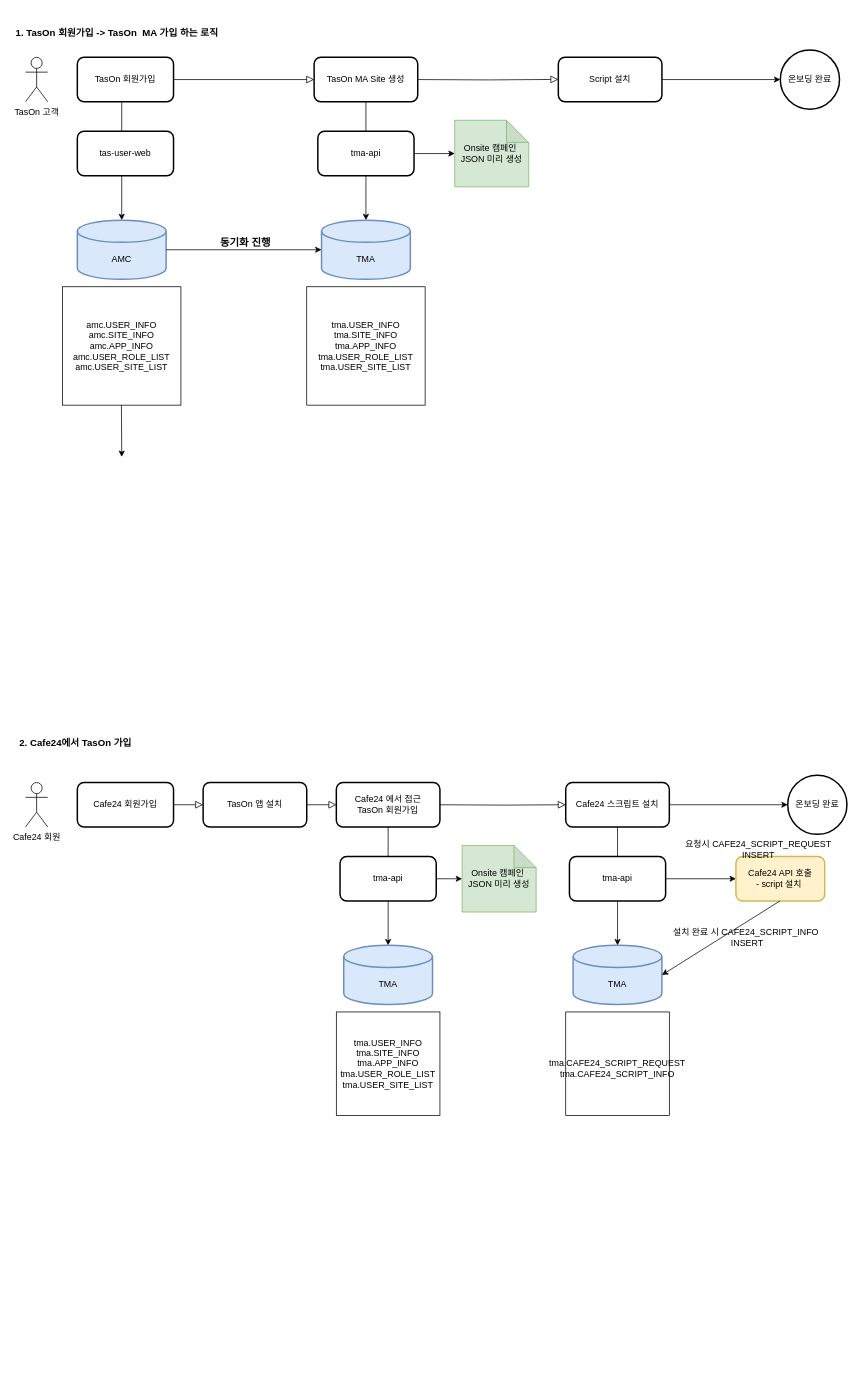
jaero0725/draw_io keeps this draw.io diagram as Tason회원가입.drawio. Above is the earlier version. Source tidied: cells renumbered, new cells numbered last; positions are measured from the earlier drawing's top-left corner, leaving out a move shared by most shapes. Both pictures are drawn from the tidied source at 74%, with x=0, y=0 at pixel (14, 20).
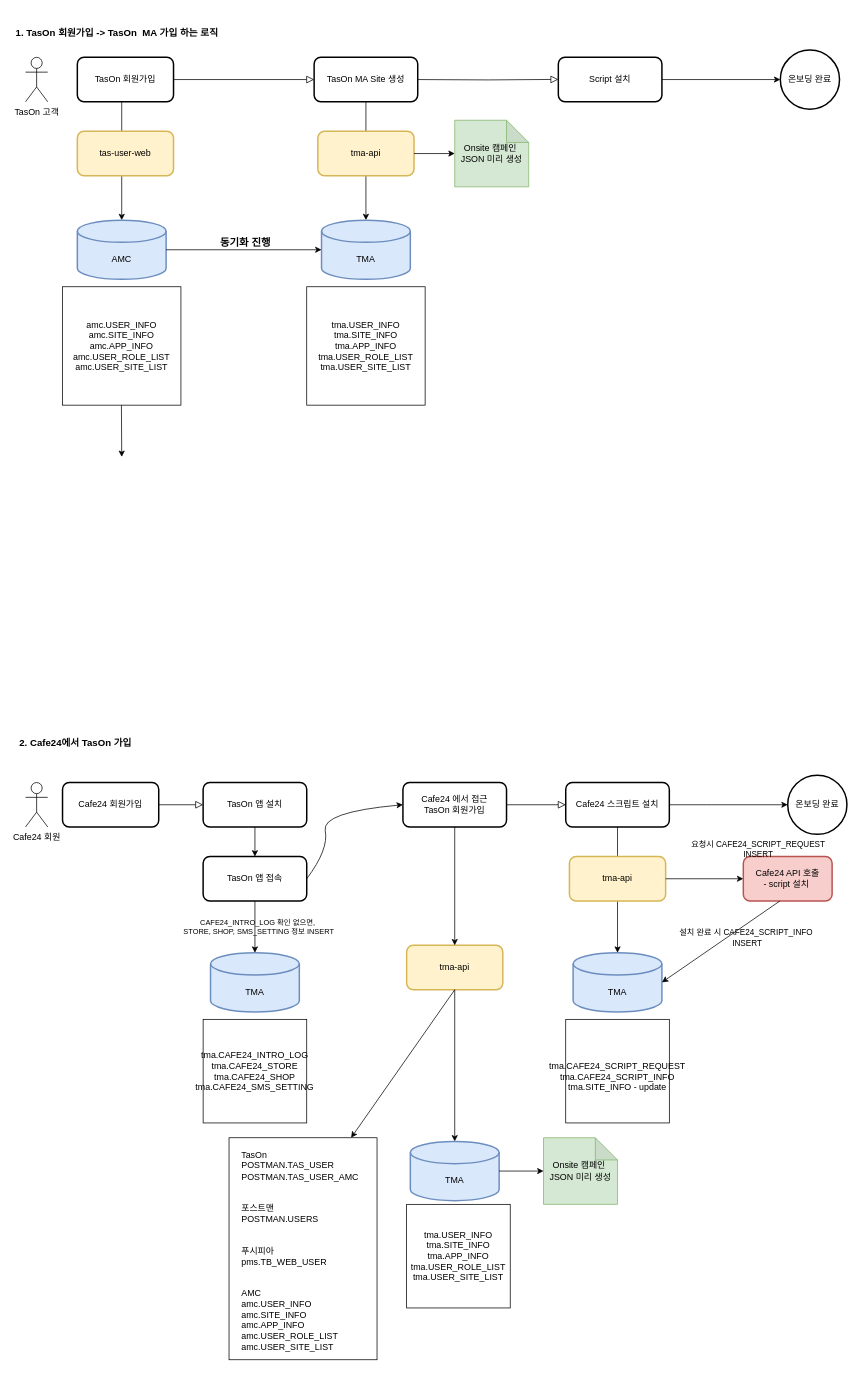
Above is the later version.

Commit message (it also covers changes not shown here):
Tason회원가입.drawio 업데이트

The change refers to these unchanged cells:
```xml
<mxCell id="24" value="TasOn 앱 설치" style="rounded=1;whiteSpace=wrap;html=1;fontSize=12;glass=0;strokeWidth=2;shadow=0;labelBackgroundColor=none;" parent="1" vertex="1">
  <mxGeometry x="255" y="1030" width="140" height="60" as="geometry" />
</mxCell>
<mxCell id="35" value="Cafe24 스크립트 설치" style="rounded=1;whiteSpace=wrap;html=1;fontSize=12;glass=0;strokeWidth=2;shadow=0;labelBackgroundColor=none;" parent="1" vertex="1">
  <mxGeometry x="745" y="1030" width="140" height="60" as="geometry" />
</mxCell>
```

The edit, as a diff of the source:
```diff
@@
+    <mxCell id="50" style="rounded=0;whiteSpace=wrap;html=1;" parent="1" vertex="1">
+      <mxGeometry x="290" y="1510" width="200" height="300" as="geometry" />
+    </mxCell>
@@
-    <mxCell id="10" value="tma-api" style="rounded=1;whiteSpace=wrap;html=1;strokeWidth=2;labelBackgroundColor=none;" parent="1" vertex="1">
+    <mxCell id="10" value="tma-api" style="rounded=1;whiteSpace=wrap;html=1;strokeWidth=2;labelBackgroundColor=none;fillColor=#fff2cc;strokeColor=#d6b656;" parent="1" vertex="1">
       <mxGeometry x="410" y="150" width="130" height="60" as="geometry" />
     </mxCell>
@@
-    <mxCell id="19" value="tas-user-web" style="rounded=1;whiteSpace=wrap;html=1;strokeWidth=2;labelBackgroundColor=none;" parent="1" vertex="1">
+    <mxCell id="19" value="tas-user-web" style="rounded=1;whiteSpace=wrap;html=1;strokeWidth=2;labelBackgroundColor=none;fillColor=#fff2cc;strokeColor=#d6b656;" parent="1" vertex="1">
       <mxGeometry x="85" y="150" width="130" height="60" as="geometry" />
     </mxCell>
@@
     <mxCell id="23" value="Cafe24 회원가입" style="rounded=1;whiteSpace=wrap;html=1;fontSize=12;glass=0;strokeWidth=2;shadow=0;labelBackgroundColor=none;" parent="1" vertex="1">
-      <mxGeometry x="85" y="1030" width="130" height="60" as="geometry" />
+      <mxGeometry x="65" y="1030" width="130" height="60" as="geometry" />
     </mxCell>
+    <mxCell id="51" style="edgeStyle=orthogonalEdgeStyle;rounded=0;jettySize=auto;html=1;" parent="1" edge="1" source="24" target="55">
+      <mxGeometry relative="1" as="geometry" />
+    </mxCell>
@@
-    <mxCell id="25" style="rounded=0;html=1;jettySize=auto;fontSize=11;endArrow=block;endFill=0;endSize=8;strokeWidth=1;shadow=0;labelBackgroundColor=none;edgeStyle=orthogonalEdgeStyle;fontColor=default;entryX=0;entryY=0.5;entryDx=0;entryDy=0;exitX=1;exitY=0.5;exitDx=0;exitDy=0;" parent="1" edge="1" source="24" target="26">
-      <mxGeometry relative="1" as="geometry" />
-    </mxCell>
-    <mxCell id="26" value="Cafe24 에서 접근 &lt;br&gt;TasOn 회원가입" style="rounded=1;whiteSpace=wrap;html=1;fontSize=12;glass=0;strokeWidth=2;shadow=0;labelBackgroundColor=none;" parent="1" vertex="1">
-      <mxGeometry x="435" y="1030" width="140" height="60" as="geometry" />
-    </mxCell>
-    <mxCell id="27" style="endArrow=classic;html=1;rounded=0;labelBackgroundColor=none;fontColor=default;" parent="1" edge="1" target="28">
-      <mxGeometry relative="1" as="geometry">
-        <mxPoint x="505" y="1090" as="sourcePoint" />
-      </mxGeometry>
-    </mxCell>
-    <mxCell id="28" value="TMA" style="shape=cylinder3;whiteSpace=wrap;html=1;boundedLbl=1;backgroundOutline=1;size=15;strokeWidth=2;labelBackgroundColor=none;fillColor=#dae8fc;strokeColor=#6c8ebf;" parent="1" vertex="1">
-      <mxGeometry x="445" y="1250" width="120" height="80" as="geometry" />
-    </mxCell>
-    <mxCell id="29" value="tma-api" style="rounded=1;whiteSpace=wrap;html=1;strokeWidth=2;labelBackgroundColor=none;" parent="1" vertex="1">
-      <mxGeometry x="440" y="1130" width="130" height="60" as="geometry" />
-    </mxCell>
     <mxCell id="30" value="tma.USER_INFO&#10;tma.SITE_INFO&#10;tma.APP_INFO&#10;tma.USER_ROLE_LIST&#10;tma.USER_SITE_LIST" style="whiteSpace=wrap;html=1;labelBackgroundColor=none;" parent="1" vertex="1">
-      <mxGeometry x="435" y="1340" width="140" height="140" as="geometry" />
+      <mxGeometry x="530" y="1600" width="140" height="140" as="geometry" />
     </mxCell>
-    <mxCell id="31" style="endArrow=classic;html=1;rounded=0;entryX=0;entryY=0.5;entryDx=0;entryDy=0;entryPerimeter=0;exitX=1;exitY=0.5;exitDx=0;exitDy=0;labelBackgroundColor=none;fontColor=default;" parent="1" edge="1" source="29" target="32">
-      <mxGeometry relative="1" as="geometry" />
-    </mxCell>
     <mxCell id="32" value="Onsite 캠페인&amp;nbsp;&lt;br&gt;JSON 미리 생성" style="shape=note;whiteSpace=wrap;html=1;backgroundOutline=1;darkOpacity=0.05;labelBackgroundColor=none;fillColor=#d5e8d4;strokeColor=#82b366;" parent="1" vertex="1">
-      <mxGeometry x="605" y="1115" width="100" height="90" as="geometry" />
+      <mxGeometry x="715" y="1510" width="100" height="90" as="geometry" />
     </mxCell>
-    <mxCell id="33" style="rounded=0;html=1;jettySize=auto;fontSize=11;endArrow=block;endFill=0;endSize=8;strokeWidth=1;shadow=0;labelBackgroundColor=none;edgeStyle=orthogonalEdgeStyle;fontColor=default;entryX=0;entryY=0.5;entryDx=0;entryDy=0;" parent="1" edge="1" target="35">
-      <mxGeometry relative="1" as="geometry">
-        <mxPoint x="575" y="1060" as="sourcePoint" />
-      </mxGeometry>
+    <mxCell id="33" style="rounded=0;html=1;jettySize=auto;fontSize=11;endArrow=block;endFill=0;endSize=8;strokeWidth=1;shadow=0;labelBackgroundColor=none;edgeStyle=orthogonalEdgeStyle;fontColor=default;entryX=0;entryY=0.5;entryDx=0;entryDy=0;" parent="1" edge="1" source="26" target="35">
+      <mxGeometry relative="1" as="geometry" />
     </mxCell>
@@
     <mxCell id="39" value="TMA" style="shape=cylinder3;whiteSpace=wrap;html=1;boundedLbl=1;backgroundOutline=1;size=15;strokeWidth=2;labelBackgroundColor=none;fillColor=#dae8fc;strokeColor=#6c8ebf;" parent="1" vertex="1">
-      <mxGeometry x="755" y="1250" width="120" height="80" as="geometry" />
+      <mxGeometry x="755" y="1260" width="120" height="80" as="geometry" />
     </mxCell>
-    <mxCell id="40" value="tma-api" style="rounded=1;whiteSpace=wrap;html=1;strokeWidth=2;labelBackgroundColor=none;" parent="1" vertex="1">
+    <mxCell id="40" value="tma-api" style="rounded=1;whiteSpace=wrap;html=1;strokeWidth=2;labelBackgroundColor=none;fillColor=#fff2cc;strokeColor=#d6b656;" parent="1" vertex="1">
       <mxGeometry x="750" y="1130" width="130" height="60" as="geometry" />
     </mxCell>
@@
-    <mxCell id="42" value="Cafe24 API 호출&lt;br&gt;- script 설치&amp;nbsp;" style="rounded=1;whiteSpace=wrap;html=1;strokeWidth=2;fillColor=#fff2cc;strokeColor=#d6b656;" parent="1" vertex="1">
-      <mxGeometry x="975" y="1130" width="120" height="60" as="geometry" />
+    <mxCell id="42" value="Cafe24 API 호출&lt;br&gt;- script 설치&amp;nbsp;" style="rounded=1;whiteSpace=wrap;html=1;strokeWidth=2;fillColor=#f8cecc;strokeColor=#b85450;" parent="1" vertex="1">
+      <mxGeometry x="985" y="1130" width="120" height="60" as="geometry" />
     </mxCell>
-    <mxCell id="43" style="endArrow=classic;html=1;rounded=0;labelBackgroundColor=none;fontColor=default;entryX=0.5;entryY=0;entryDx=0;entryDy=0;entryPerimeter=0;" parent="1" edge="1">
+    <mxCell id="43" style="endArrow=classic;html=1;rounded=0;labelBackgroundColor=none;fontColor=default;entryX=1;entryY=0.5;entryDx=0;entryDy=0;entryPerimeter=0;" parent="1" edge="1" target="39">
       <mxGeometry relative="1" as="geometry">
         <mxPoint x="1034.5" y="1190" as="sourcePoint" />
-        <mxPoint x="875" y="1290" as="targetPoint" />
       </mxGeometry>
     </mxCell>
-    <mxCell id="44" value="&lt;br&gt;&lt;div style=&quot;border-color: var(--border-color); text-align: left;&quot;&gt;tma.CAFE24_SCRIPT_REQUEST&lt;/div&gt;&lt;span style=&quot;border-color: var(--border-color);&quot;&gt;tma.CAFE24_SCRIPT_INFO&lt;/span&gt;" style="whiteSpace=wrap;html=1;labelBackgroundColor=none;" parent="1" vertex="1">
-      <mxGeometry x="745" y="1340" width="140" height="140" as="geometry" />
+    <mxCell id="44" value="&lt;br&gt;&lt;div style=&quot;border-color: var(--border-color); text-align: left;&quot;&gt;tma.CAFE24_SCRIPT_REQUEST&lt;/div&gt;&lt;span style=&quot;border-color: var(--border-color);&quot;&gt;tma.CAFE24_SCRIPT_INFO&lt;br&gt;tma.SITE_INFO - update&lt;br&gt;&lt;/span&gt;" style="whiteSpace=wrap;html=1;labelBackgroundColor=none;" parent="1" vertex="1">
+      <mxGeometry x="745" y="1350" width="140" height="140" as="geometry" />
     </mxCell>
-    <mxCell id="45" value="요청시 CAFE24_SCRIPT_REQUEST&lt;br&gt;INSERT" style="text;html=1;align=center;verticalAlign=middle;strokeColor=none;fillColor=none;" parent="1" vertex="1">
-      <mxGeometry x="895" y="1100" width="220" height="40" as="geometry" />
+    <mxCell id="45" value="요청시 CAFE24_SCRIPT_REQUEST&lt;br style=&quot;font-size: 11px;&quot;&gt;INSERT" style="text;html=1;align=center;verticalAlign=middle;strokeColor=none;fillColor=none;fontSize=11;" parent="1" vertex="1">
+      <mxGeometry x="900" y="1100" width="210" height="40" as="geometry" />
     </mxCell>
-    <mxCell id="46" value="설치 완료 시 CAFE24_SCRIPT_INFO&amp;nbsp;&lt;br&gt;INSERT" style="text;html=1;align=center;verticalAlign=middle;strokeColor=none;fillColor=none;" parent="1" vertex="1">
-      <mxGeometry x="875" y="1220" width="230" height="40" as="geometry" />
+    <mxCell id="46" value="설치 완료 시 CAFE24_SCRIPT_INFO&amp;nbsp;&lt;br style=&quot;font-size: 11px;&quot;&gt;INSERT" style="text;html=1;align=center;verticalAlign=middle;strokeColor=none;fillColor=none;fontSize=11;" parent="1" vertex="1">
+      <mxGeometry x="885" y="1220" width="210" height="40" as="geometry" />
     </mxCell>
@@
+    <mxCell id="52" value="TMA" style="shape=cylinder3;whiteSpace=wrap;html=1;boundedLbl=1;backgroundOutline=1;size=15;strokeWidth=2;labelBackgroundColor=none;fillColor=#dae8fc;strokeColor=#6c8ebf;" parent="1" vertex="1">
+      <mxGeometry x="265" y="1260" width="120" height="80" as="geometry" />
+    </mxCell>
+    <mxCell id="53" value="tma.CAFE24_INTRO_LOG&lt;br&gt;tma.CAFE24_STORE&lt;br&gt;tma.CAFE24_SHOP&lt;br&gt;tma.CAFE24_SMS_SETTING" style="whiteSpace=wrap;html=1;labelBackgroundColor=none;" parent="1" vertex="1">
+      <mxGeometry x="255" y="1350" width="140" height="140" as="geometry" />
+    </mxCell>
+    <mxCell id="54" style="edgeStyle=orthogonalEdgeStyle;rounded=0;jettySize=auto;html=1;" parent="1" edge="1" source="55" target="52">
+      <mxGeometry relative="1" as="geometry" />
+    </mxCell>
+    <mxCell id="55" value="TasOn 앱 접속" style="rounded=1;whiteSpace=wrap;html=1;fontSize=12;glass=0;strokeWidth=2;shadow=0;labelBackgroundColor=none;" parent="1" vertex="1">
+      <mxGeometry x="255" y="1130" width="140" height="60" as="geometry" />
+    </mxCell>
+    <mxCell id="56" style="curved=1;endArrow=classic;html=1;rounded=0;exitX=1;exitY=0.5;exitDx=0;exitDy=0;entryX=0;entryY=0.5;entryDx=0;entryDy=0;" parent="1" edge="1" source="55" target="26">
+      <mxGeometry relative="1" as="geometry">
+        <Array as="points">
+          <mxPoint x="425" y="1120" />
+          <mxPoint x="415" y="1070" />
+        </Array>
+      </mxGeometry>
+    </mxCell>
+    <mxCell id="57" value="CAFE24_INTRO_LOG 확인 없으면,&amp;nbsp;&lt;br style=&quot;font-size: 10px;&quot;&gt;STORE, SHOP, SMS_SETTING 정보 INSERT" style="text;html=1;align=center;verticalAlign=middle;strokeColor=none;fillColor=none;fontSize=10;" parent="1" vertex="1">
+      <mxGeometry x="215" y="1205" width="230" height="40" as="geometry" />
+    </mxCell>
+    <mxCell id="26" value="Cafe24 에서 접근 &lt;br&gt;TasOn 회원가입" style="rounded=1;whiteSpace=wrap;html=1;fontSize=12;glass=0;strokeWidth=2;shadow=0;labelBackgroundColor=none;" parent="1" vertex="1">
+      <mxGeometry x="525" y="1030" width="140" height="60" as="geometry" />
+    </mxCell>
+    <mxCell id="29" value="tma-api" style="rounded=1;whiteSpace=wrap;html=1;strokeWidth=2;labelBackgroundColor=none;fillColor=#fff2cc;strokeColor=#d6b656;" parent="1" vertex="1">
+      <mxGeometry x="530" y="1250" width="130" height="60" as="geometry" />
+    </mxCell>
+    <mxCell id="58" style="endArrow=classic;html=1;rounded=0;labelBackgroundColor=none;fontColor=default;exitX=0.5;exitY=1;exitDx=0;exitDy=0;" parent="1" edge="1" source="26">
+      <mxGeometry relative="1" as="geometry">
+        <mxPoint x="595" y="1250" as="targetPoint" />
+      </mxGeometry>
+    </mxCell>
+    <mxCell id="59" style="endArrow=classic;html=1;rounded=0;labelBackgroundColor=none;fontColor=default;exitX=0.5;exitY=1;exitDx=0;exitDy=0;entryX=0.5;entryY=0;entryDx=0;entryDy=0;entryPerimeter=0;" parent="1" edge="1" source="29" target="60">
+      <mxGeometry relative="1" as="geometry" />
+    </mxCell>
+    <mxCell id="60" value="TMA" style="shape=cylinder3;whiteSpace=wrap;html=1;boundedLbl=1;backgroundOutline=1;size=15;strokeWidth=2;labelBackgroundColor=none;fillColor=#dae8fc;strokeColor=#6c8ebf;" parent="1" vertex="1">
+      <mxGeometry x="535" y="1515" width="120" height="80" as="geometry" />
+    </mxCell>
+    <mxCell id="61" style="endArrow=classic;html=1;rounded=0;entryX=0;entryY=0.5;entryDx=0;entryDy=0;entryPerimeter=0;labelBackgroundColor=none;fontColor=default;exitX=1;exitY=0.5;exitDx=0;exitDy=0;exitPerimeter=0;" parent="1" edge="1" source="60" target="32">
+      <mxGeometry relative="1" as="geometry" />
+    </mxCell>
+    <mxCell id="62" style="endArrow=classic;html=1;rounded=0;labelBackgroundColor=none;fontColor=default;exitX=0.5;exitY=1;exitDx=0;exitDy=0;fontSize=8;strokeWidth=1;" parent="1" edge="1" source="29">
+      <mxGeometry relative="1" as="geometry">
+        <mxPoint x="455" y="1510" as="targetPoint" />
+      </mxGeometry>
+    </mxCell>
+    <mxCell id="63" value="TasOn&#10;POSTMAN.TAS_USER&#10;POSTMAN.TAS_USER_AMC&#10;&#10;&#10;포스트맨&#10;POSTMAN.USERS&#10;&#10;&#10;푸시피아&#10;pms.TB_WEB_USER&#10;&#10;&#10;AMC&#10;amc.USER_INFO&#10;amc.SITE_INFO&#10;amc.APP_INFO&#10;amc.USER_ROLE_LIST&#10;amc.USER_SITE_LIST" style="text;whiteSpace=wrap;" parent="1" vertex="1">
+      <mxGeometry x="305" y="1520" width="185" height="290" as="geometry" />
+    </mxCell>
```
